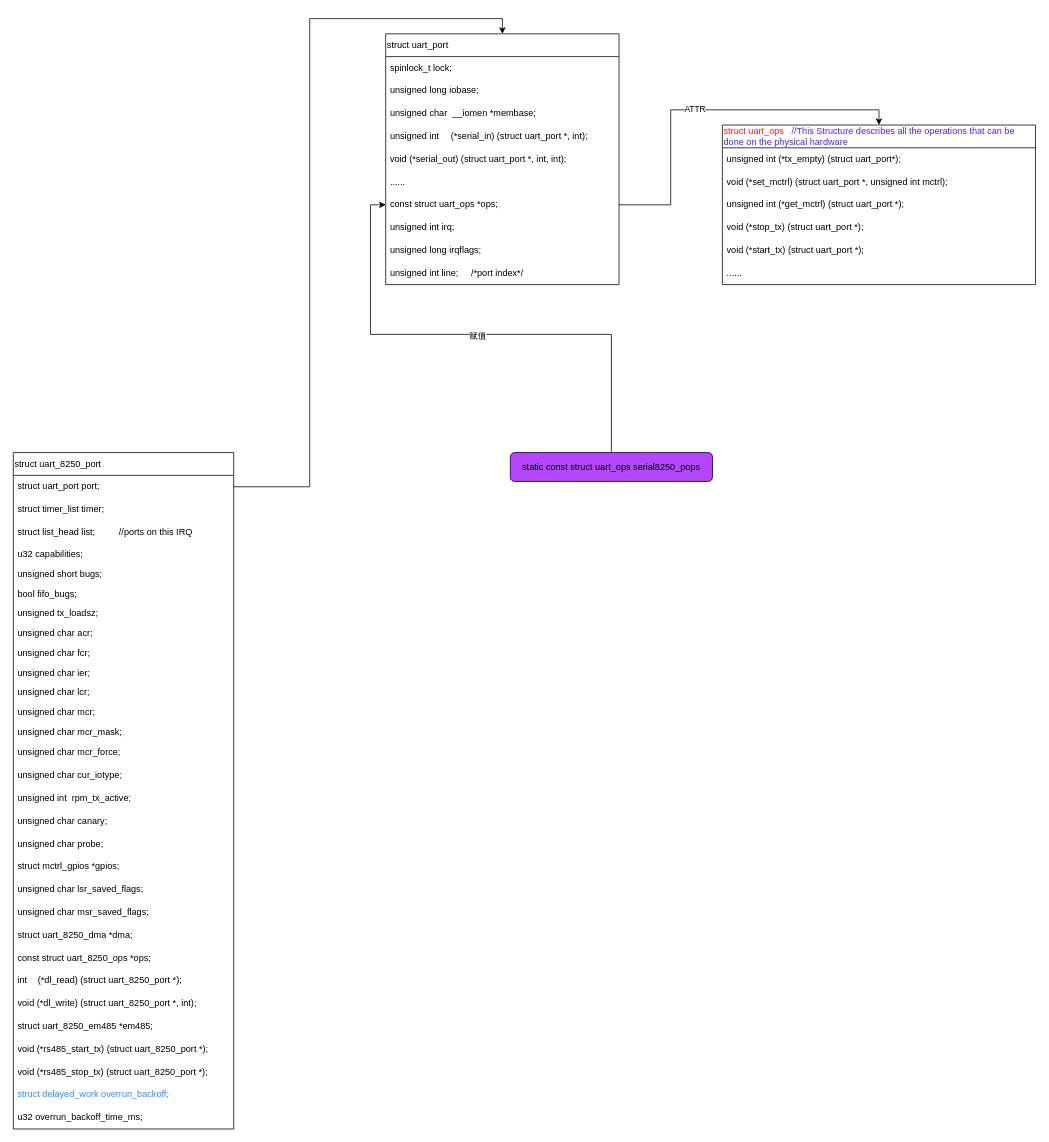
Before: uart/uart-port-struct.drawio in ktinkone/draw-io-works, a draw.io diagram. Source tidied: cells renumbered, new cells numbered last; positions are measured from the earlier drawing's top-left corner, leaving out a move shared by most shapes. Both pictures are drawn from the tidied source at 76%, with x=0, y=0 at pixel (13, 33).
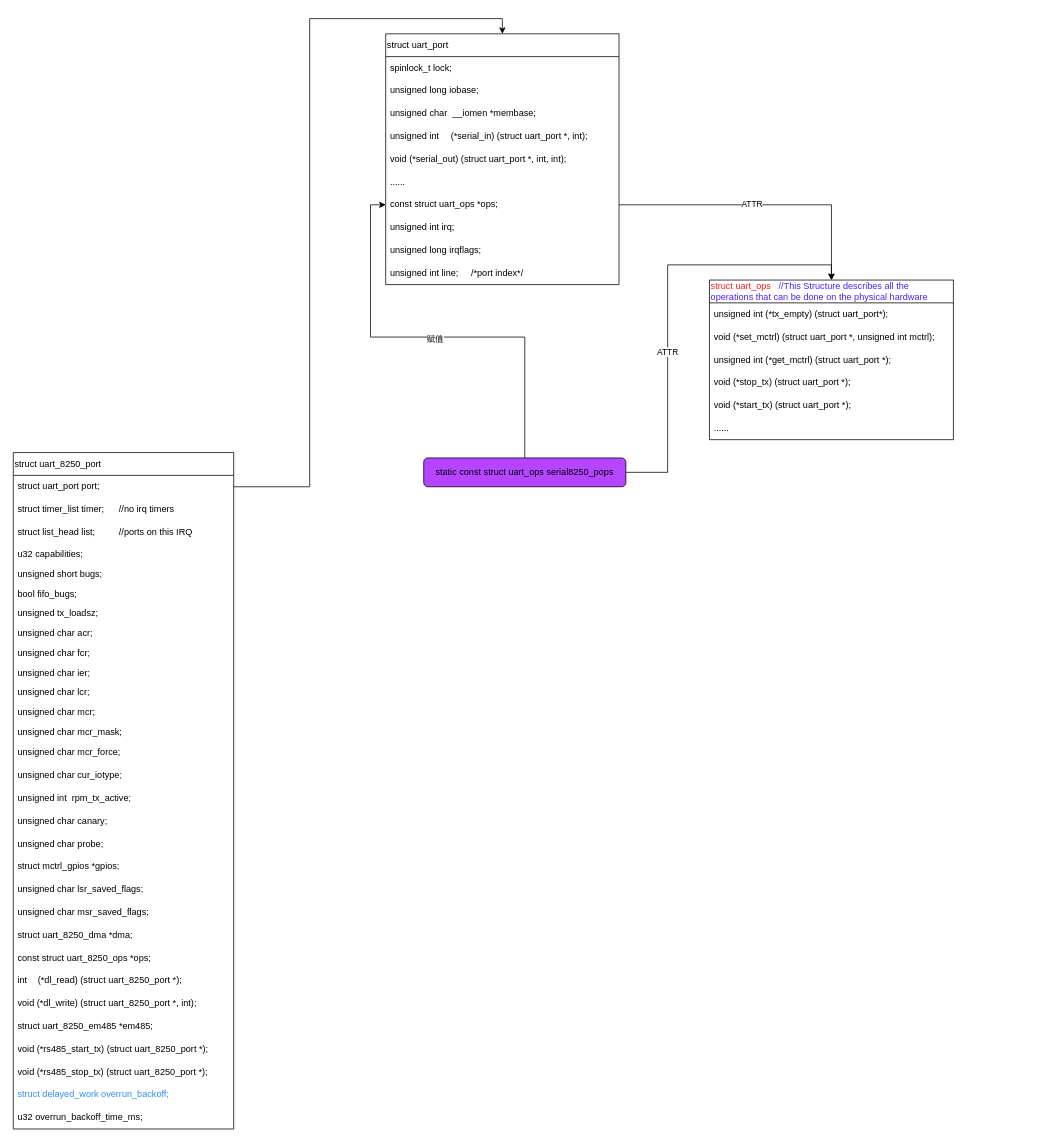
The same diagram, later.

The change refers to these unchanged cells:
```xml
<mxCell id="2" value="struct uart_8250_port" style="swimlane;fontStyle=0;horizontal=1;startSize=30;whiteSpace=wrap;html=1;align=left;" parent="1" vertex="1">
  <mxGeometry y="551" width="290" height="890" as="geometry" />
</mxCell>
```

Change to the diagram source:
```diff
@@
-    <mxCell id="4" value="struct timer_list timer;" style="text;strokeColor=none;fillColor=none;align=left;verticalAlign=middle;spacingLeft=4;spacingRight=4;overflow=hidden;whiteSpace=wrap;html=1;" parent="2" vertex="1">
+    <mxCell id="4" value="struct timer_list timer;&lt;span style=&quot;white-space: pre;&quot;&gt;&#9;&lt;/span&gt;//no irq timers" style="text;strokeColor=none;fillColor=none;align=left;verticalAlign=middle;spacingLeft=4;spacingRight=4;overflow=hidden;whiteSpace=wrap;html=1;" parent="2" vertex="1">
       <mxGeometry y="60" width="290" height="30" as="geometry" />
     </mxCell>
@@
     <mxCell id="45" value="&lt;font color=&quot;#ff1921&quot;&gt;struct uart_ops&amp;nbsp;&lt;/font&gt; &amp;nbsp;&lt;font color=&quot;#4b1fff&quot;&gt;//This Structure describes all the operations that can be done on the physical hardware&lt;/font&gt;" style="swimlane;fontStyle=0;horizontal=1;startSize=30;whiteSpace=wrap;html=1;align=left;" parent="1" vertex="1">
-      <mxGeometry x="933" y="120" width="412" height="210" as="geometry" />
+      <mxGeometry x="916" y="324" width="321" height="210" as="geometry" />
     </mxCell>
     <mxCell id="46" value="unsigned int (*tx_empty) (struct uart_port*);" style="text;strokeColor=none;fillColor=none;align=left;verticalAlign=middle;spacingLeft=4;spacingRight=4;overflow=hidden;whiteSpace=wrap;html=1;" parent="45" vertex="1">
-      <mxGeometry y="30" width="412" height="30" as="geometry" />
+      <mxGeometry y="30" width="321" height="30" as="geometry" />
     </mxCell>
     <mxCell id="47" value="void (*set_mctrl) (struct uart_port *, unsigned int mctrl);" style="text;strokeColor=none;fillColor=none;align=left;verticalAlign=middle;spacingLeft=4;spacingRight=4;overflow=hidden;whiteSpace=wrap;html=1;" parent="45" vertex="1">
-      <mxGeometry y="60" width="412" height="30" as="geometry" />
+      <mxGeometry y="60" width="321" height="30" as="geometry" />
     </mxCell>
     <mxCell id="48" value="unsigned int (*get_mctrl) (struct uart_port *);" style="text;strokeColor=none;fillColor=none;align=left;verticalAlign=middle;spacingLeft=4;spacingRight=4;overflow=hidden;whiteSpace=wrap;html=1;" parent="45" vertex="1">
-      <mxGeometry y="90" width="412" height="30" as="geometry" />
+      <mxGeometry y="90" width="321" height="30" as="geometry" />
     </mxCell>
     <mxCell id="49" value="void (*stop_tx) (struct uart_port *);" style="text;strokeColor=none;fillColor=none;align=left;verticalAlign=middle;spacingLeft=4;spacingRight=4;overflow=hidden;whiteSpace=wrap;html=1;" parent="45" vertex="1">
-      <mxGeometry y="120" width="412" height="30" as="geometry" />
+      <mxGeometry y="120" width="321" height="30" as="geometry" />
     </mxCell>
     <mxCell id="50" value="void (*start_tx) (struct uart_port *);" style="text;strokeColor=none;fillColor=none;align=left;verticalAlign=middle;spacingLeft=4;spacingRight=4;overflow=hidden;whiteSpace=wrap;html=1;" parent="45" vertex="1">
-      <mxGeometry y="150" width="412" height="30" as="geometry" />
+      <mxGeometry y="150" width="321" height="30" as="geometry" />
     </mxCell>
     <mxCell id="51" value="......" style="text;strokeColor=none;fillColor=none;align=left;verticalAlign=middle;spacingLeft=4;spacingRight=4;overflow=hidden;whiteSpace=wrap;html=1;" parent="45" vertex="1">
-      <mxGeometry y="180" width="412" height="30" as="geometry" />
+      <mxGeometry y="180" width="321" height="30" as="geometry" />
     </mxCell>
@@
+    <mxCell id="57" style="edgeStyle=orthogonalEdgeStyle;rounded=0;jettySize=auto;html=1;exitX=1;exitY=0.5;exitDx=0;exitDy=0;entryX=0.5;entryY=0;entryDx=0;entryDy=0;" parent="1" edge="1" source="56" target="45">
+      <mxGeometry relative="1" as="geometry" />
+    </mxCell>
+    <mxCell id="58" value="ATTR" style="edgeLabel;html=1;align=center;verticalAlign=middle;" parent="57" vertex="1">
+      <mxGeometry x="-0.24" y="1" relative="1" as="geometry" />
+    </mxCell>
     <mxCell id="56" value="static const struct uart_ops serial8250_pops" style="rounded=1;whiteSpace=wrap;html=1;fillColor=#B545FF;" parent="1" vertex="1">
-      <mxGeometry x="654" y="551" width="266" height="38" as="geometry" />
+      <mxGeometry x="540" y="558" width="266" height="38" as="geometry" />
     </mxCell>
```
